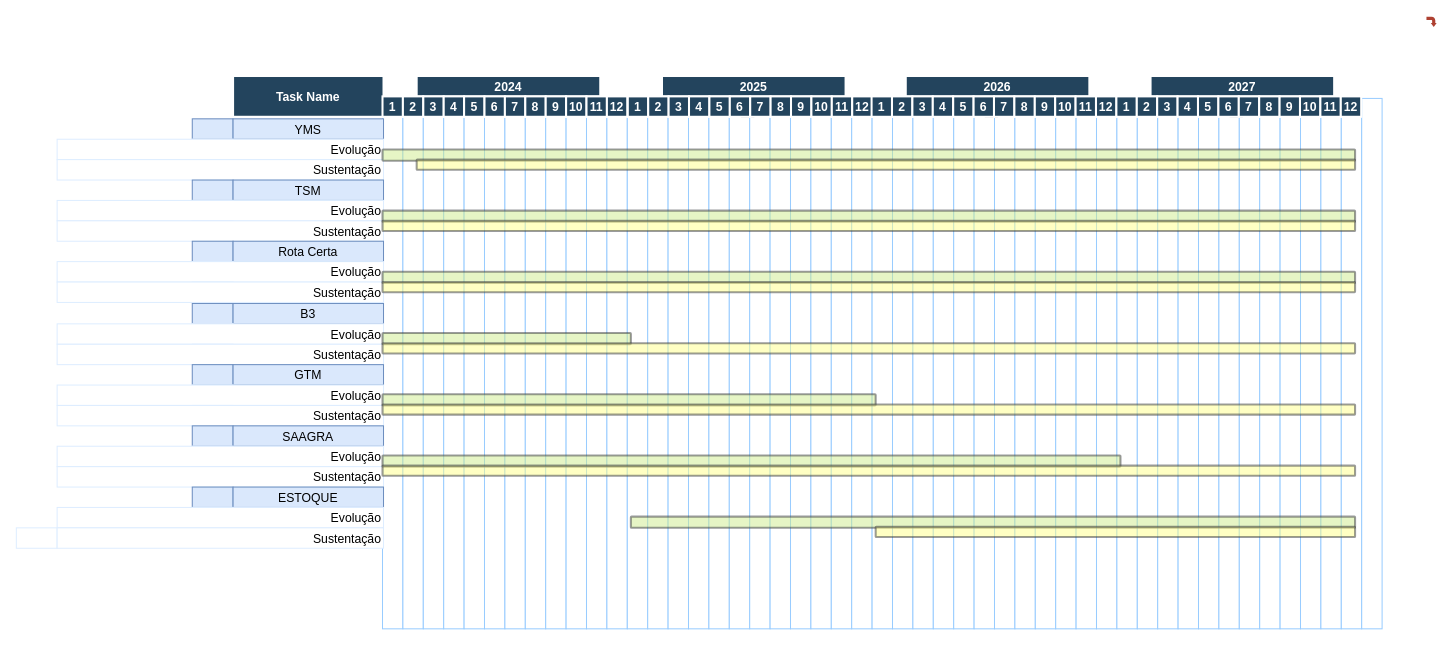
This is crogronrama.drawio from marcelopedroso/yms_tech, a draw.io file, before an edit. Source tidied: cells renumbered, new cells numbered last; positions are measured from the earlier drawing's top-left corner, leaving out a move shared by most shapes. Both pictures are drawn from the tidied source at 102%, with x=0, y=0 at pixel (16, 16).
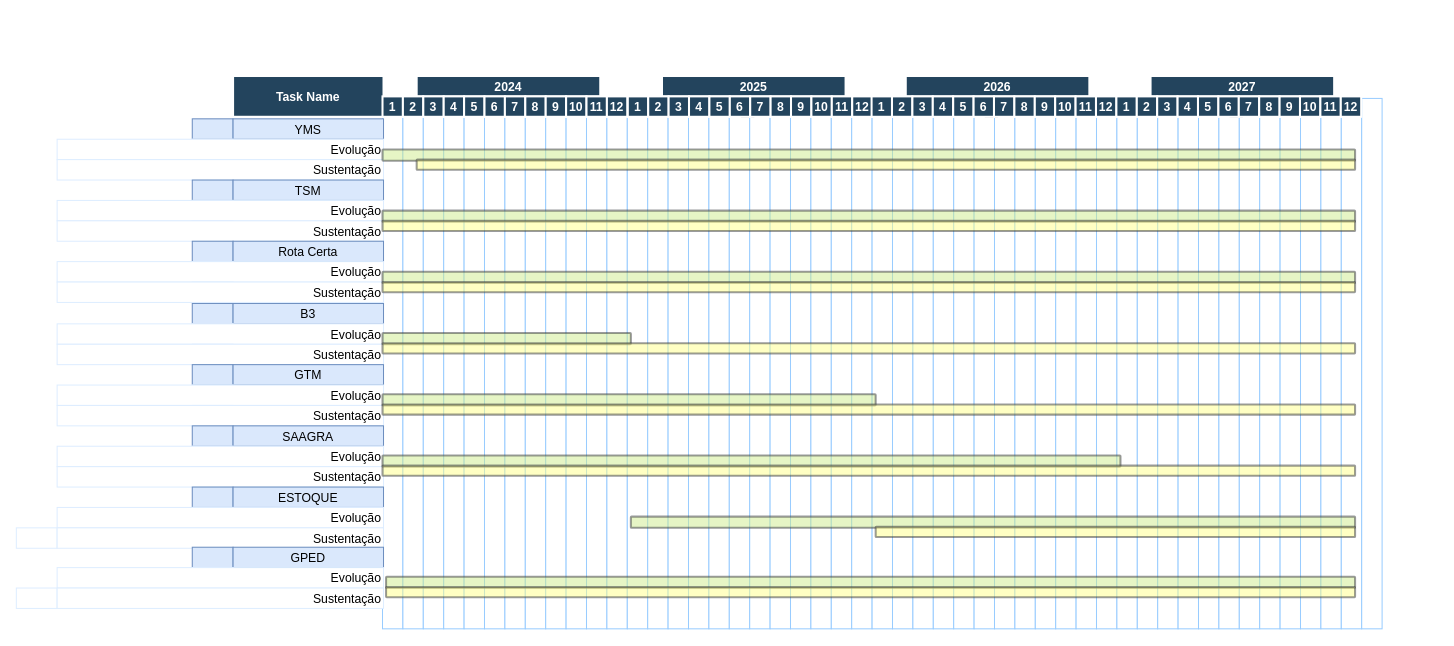
After the change.

Diff of the diagram source:
```diff
@@
-    <mxCell id="84" style="shape=mxgraph.arrows.bent_right_arrow;fillColor=#AE4132;strokeColor=none;strokeWidth=2;direction=south;" parent="1" vertex="1">
-      <mxGeometry x="1382" width="10" height="10" as="geometry" />
-    </mxCell>
@@
+    <mxCell id="165" style="strokeColor=#6c8ebf;fillColor=#dae8fc;" parent="1" vertex="1">
+      <mxGeometry x="172" y="520" width="40" height="20" as="geometry" />
+    </mxCell>
+    <mxCell id="166" value="GPED" style="align=center;strokeColor=#6c8ebf;fillColor=#dae8fc;" parent="1" vertex="1">
+      <mxGeometry x="212" y="520" width="147.5" height="20" as="geometry" />
+    </mxCell>
+    <mxCell id="167" style="strokeColor=#DEEDFF;" parent="1" vertex="1">
+      <mxGeometry x="172" y="540" width="40" height="20" as="geometry" />
+    </mxCell>
+    <mxCell id="168" value="Evolução" style="align=right;strokeColor=#DEEDFF;" parent="1" vertex="1">
+      <mxGeometry x="39.5" y="540" width="320" height="20" as="geometry" />
+    </mxCell>
+    <mxCell id="169" style="strokeColor=#DEEDFF;" parent="1" vertex="1">
+      <mxGeometry x="-0.5" y="560" width="40" height="20" as="geometry" />
+    </mxCell>
+    <mxCell id="170" value="Sustentação" style="align=right;strokeColor=#DEEDFF;" parent="1" vertex="1">
+      <mxGeometry x="39.5" y="560" width="320" height="20" as="geometry" />
+    </mxCell>
+    <mxCell id="171" style="shape=mxgraph.flowchart.process;fillColor=#cdeb8b;strokeColor=#36393d;strokeWidth=2;opacity=50;" parent="1" vertex="1">
+      <mxGeometry x="362" y="549" width="950" height="11" as="geometry" />
+    </mxCell>
+    <mxCell id="172" style="shape=mxgraph.flowchart.process;fillColor=#ffff88;strokeColor=#36393d;strokeWidth=2;opacity=50;" parent="1" vertex="1">
+      <mxGeometry x="362" y="559" width="950" height="10" as="geometry" />
+    </mxCell>
```
